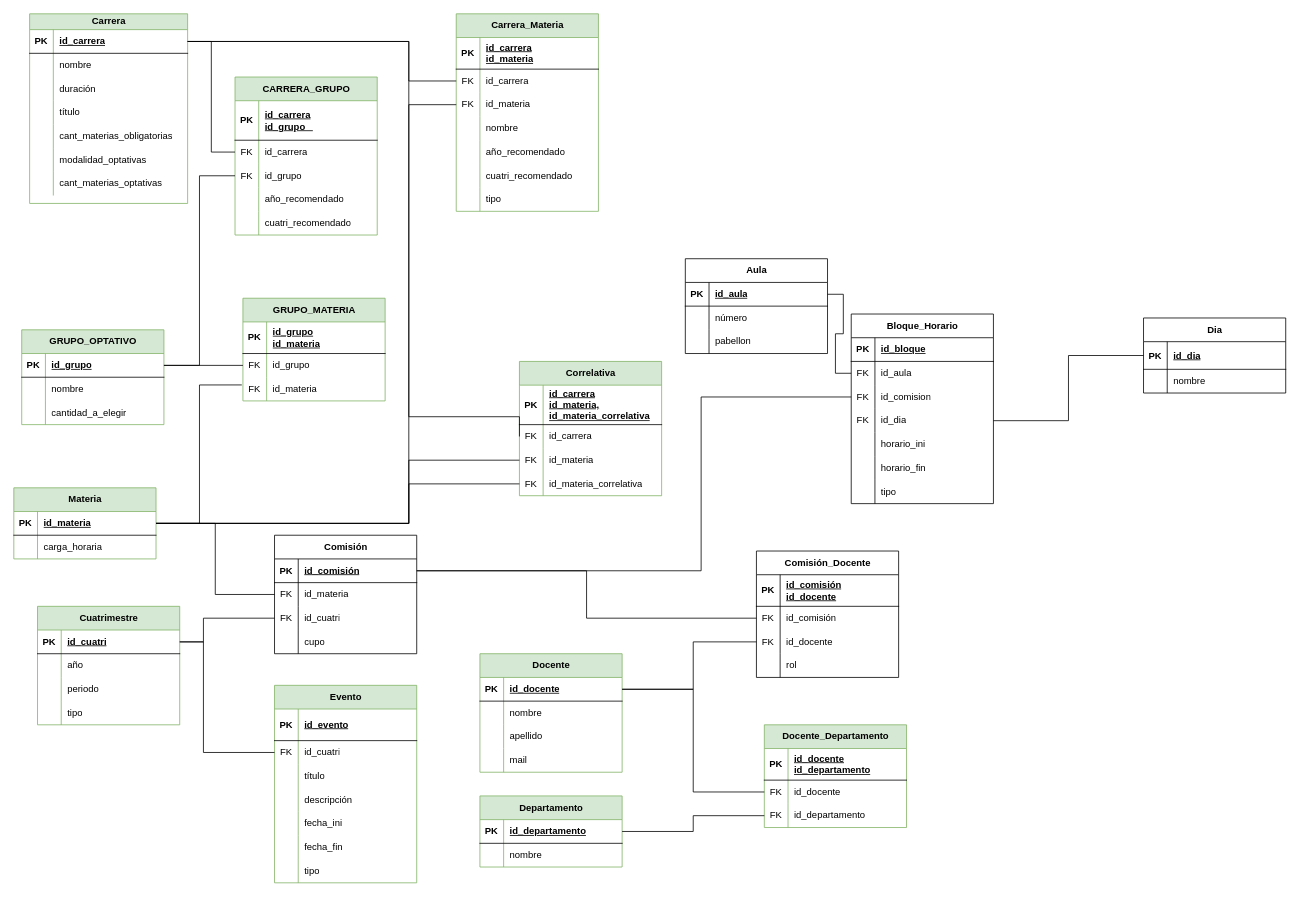
Khay150/ExactAI keeps this draw.io diagram as Modelo BD/MLR.drawio. Above is the earlier version. Source tidied: cells renumbered, new cells numbered last; positions are measured from the earlier drawing's top-left corner, leaving out a move shared by most shapes. Both pictures are drawn from the tidied source at 79%, with x=0, y=0 at pixel (13, 13).
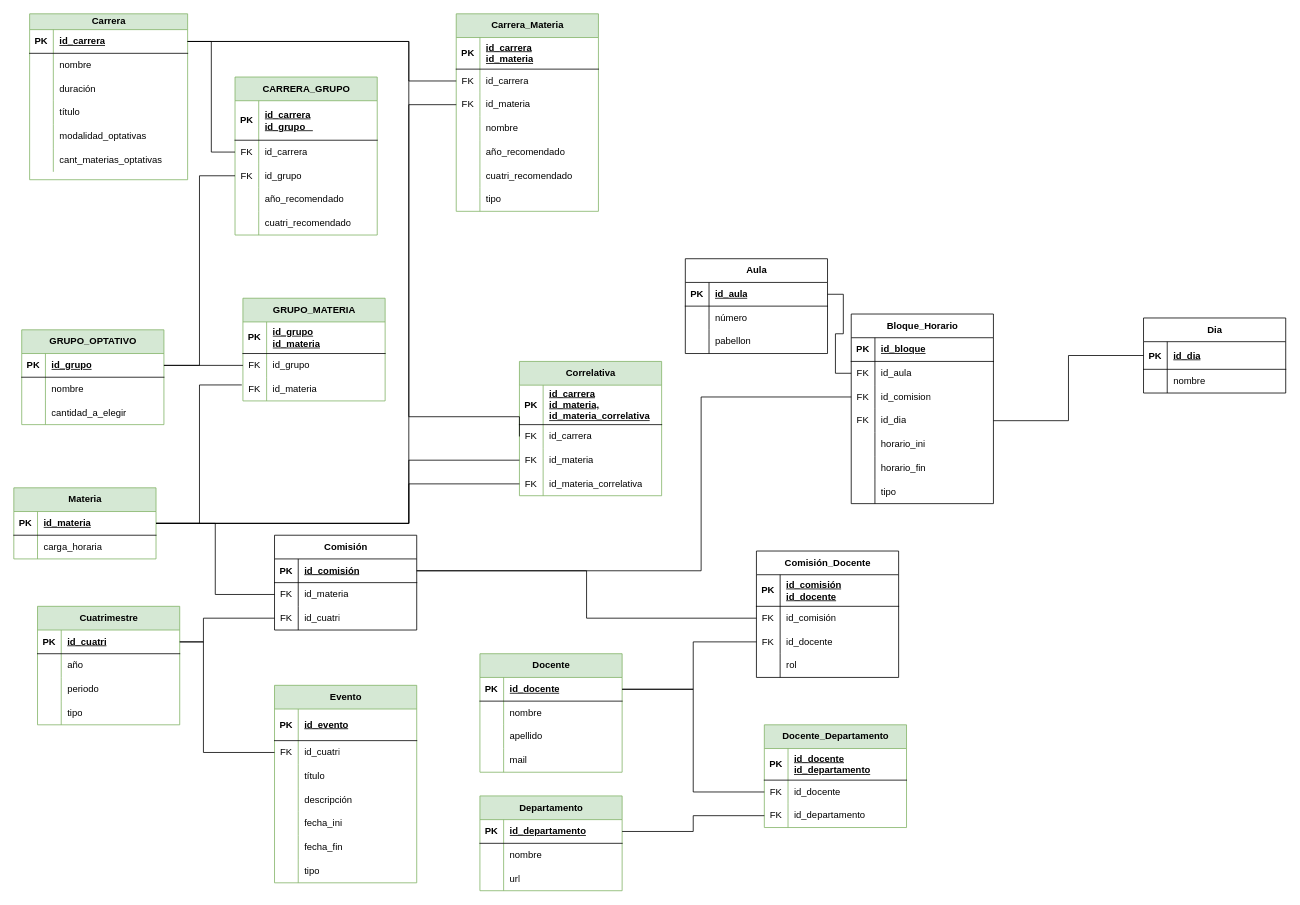
Above is the later version.

Change to the diagram source:
```diff
@@
     <mxCell id="58" value="Carrera" style="shape=table;startSize=20;childLayout=tableLayout;rowLines=0;fontStyle=1;align=center;html=1;strokeColor=#82b366;fillColor=#d5e8d4;" parent="1" vertex="1">
-      <mxGeometry x="20" width="200" height="240" as="geometry" />
+      <mxGeometry x="20" width="200" height="210" as="geometry" />
     </mxCell>
@@
-    <mxCell id="71" style="shape=tableRow;horizontal=0;startSize=0;swimlaneHead=0;swimlaneBody=0;fillColor=none;top=0;left=0;right=0;bottom=0;" parent="58" vertex="1">
-      <mxGeometry y="140" width="200" height="30" as="geometry" />
-    </mxCell>
-    <mxCell id="72" style="shape=partialRectangle;fillColor=none;top=0;left=0;bottom=0;right=0;overflow=hidden;whiteSpace=wrap;html=1;" parent="71" vertex="1">
-      <mxGeometry width="30" height="30" as="geometry" />
-    </mxCell>
-    <mxCell id="73" value="cant_materias_obligatorias" style="shape=partialRectangle;fillColor=none;top=0;left=0;bottom=0;right=0;align=left;spacingLeft=6;overflow=hidden;whiteSpace=wrap;html=1;" parent="71" vertex="1">
-      <mxGeometry x="30" width="170" height="30" as="geometry" />
-    </mxCell>
     <mxCell id="74" style="shape=tableRow;horizontal=0;startSize=0;swimlaneHead=0;swimlaneBody=0;fillColor=none;top=0;left=0;right=0;bottom=0;" parent="58" vertex="1">
-      <mxGeometry y="170" width="200" height="30" as="geometry" />
+      <mxGeometry y="140" width="200" height="30" as="geometry" />
     </mxCell>
@@
     <mxCell id="77" style="shape=tableRow;horizontal=0;startSize=0;swimlaneHead=0;swimlaneBody=0;fillColor=none;top=0;left=0;right=0;bottom=0;" parent="58" vertex="1">
-      <mxGeometry y="200" width="200" height="30" as="geometry" />
+      <mxGeometry y="170" width="200" height="30" as="geometry" />
     </mxCell>
@@
     <mxCell id="103" value="Comisión" style="shape=table;startSize=30;childLayout=tableLayout;rowLines=0;fontStyle=1;align=center;html=1;strokeColor=light-dark(#000000,#11FFC7);" parent="1" vertex="1">
-      <mxGeometry x="330" y="660" width="180" height="150" as="geometry" />
+      <mxGeometry x="330" y="660" width="180" height="120" as="geometry" />
     </mxCell>
@@
-    <mxCell id="113" style="shape=tableRow;horizontal=0;startSize=0;swimlaneHead=0;swimlaneBody=0;fillColor=none;top=0;left=0;right=0;bottom=0;" parent="103" vertex="1">
-      <mxGeometry y="120" width="180" height="30" as="geometry" />
-    </mxCell>
-    <mxCell id="114" style="shape=partialRectangle;fillColor=none;top=0;left=0;bottom=0;right=0;overflow=hidden;whiteSpace=wrap;html=1;" parent="113" vertex="1">
-      <mxGeometry width="30" height="30" as="geometry" />
-    </mxCell>
-    <mxCell id="115" value="cupo" style="shape=partialRectangle;fillColor=none;top=0;left=0;bottom=0;right=0;align=left;spacingLeft=6;overflow=hidden;whiteSpace=wrap;html=1;" parent="113" vertex="1">
-      <mxGeometry x="30" width="150" height="30" as="geometry" />
-    </mxCell>
@@
     <mxCell id="184" value="Departamento" style="shape=table;startSize=30;childLayout=tableLayout;rowLines=0;fontStyle=1;align=center;html=1;fillColor=#d5e8d4;strokeColor=#82b366;" parent="1" vertex="1">
-      <mxGeometry x="590" y="990" width="180" height="90" as="geometry" />
+      <mxGeometry x="590" y="990" width="180" height="120" as="geometry" />
     </mxCell>
@@
+    <mxCell id="251" style="shape=tableRow;horizontal=0;startSize=0;swimlaneHead=0;swimlaneBody=0;fillColor=none;top=0;left=0;right=0;bottom=0;" parent="184" vertex="1">
+      <mxGeometry y="90" width="180" height="30" as="geometry" />
+    </mxCell>
+    <mxCell id="252" style="shape=partialRectangle;fillColor=none;top=0;left=0;bottom=0;right=0;overflow=hidden;whiteSpace=wrap;html=1;" parent="251" vertex="1">
+      <mxGeometry width="30" height="30" as="geometry" />
+    </mxCell>
+    <mxCell id="253" value="url" style="shape=partialRectangle;fillColor=none;top=0;left=0;bottom=0;right=0;align=left;spacingLeft=6;overflow=hidden;whiteSpace=wrap;html=1;" parent="251" vertex="1">
+      <mxGeometry x="30" width="150" height="30" as="geometry" />
+    </mxCell>
```
